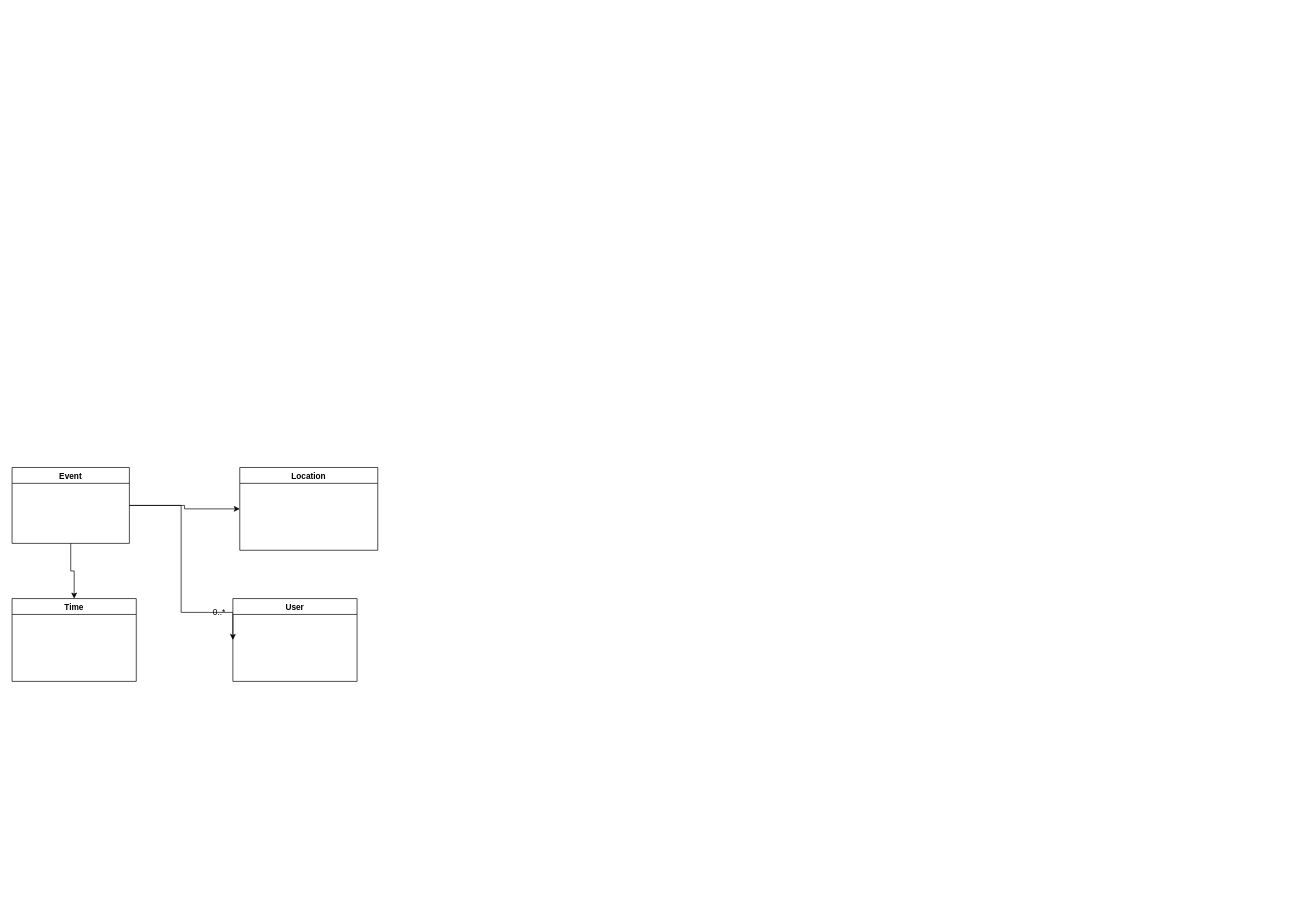
The draw.io diagram page "Page-1" (1 of 2) of Untitled Diagram.drawio in mosaghafian/SUREDiagrams, before the edit. Source tidied: cells renumbered, new cells numbered last; positions are measured from the earlier drawing's top-left corner, leaving out a move shared by most shapes. Both pictures are drawn from the tidied source at 69%, with x=0, y=0 at pixel (12, 467).
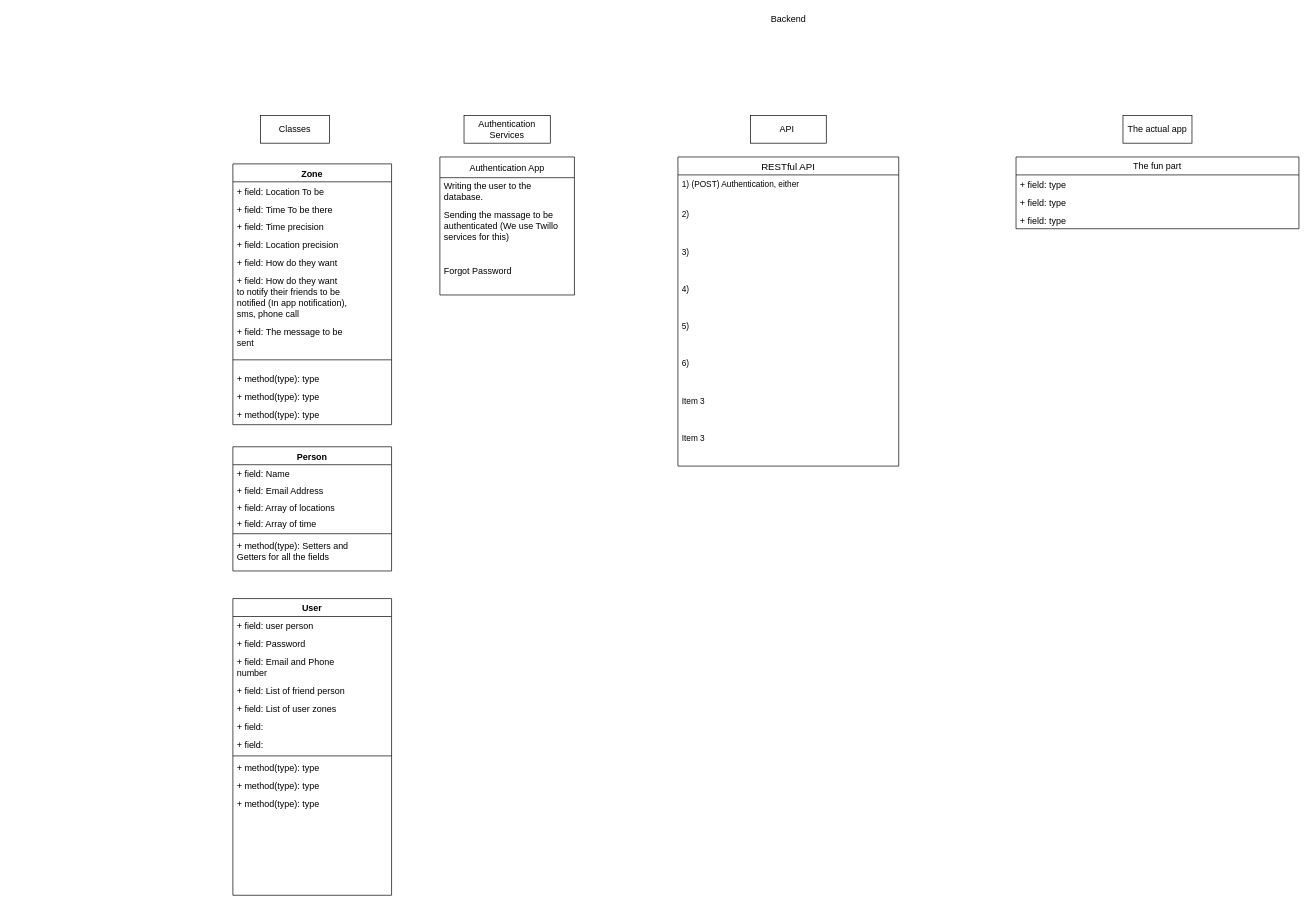
The same diagram, later.

Commit message:
UI completed, Half way through backend

The edit, as a diff of the source:
```diff
@@
-    <mxCell id="2" style="edgeStyle=orthogonalEdgeStyle;rounded=0;jettySize=auto;html=1;entryX=0;entryY=0.5;entryDx=0;entryDy=0;" parent="1" edge="1" source="5" target="8">
-      <mxGeometry relative="1" as="geometry">
-        <Array as="points">
-          <mxPoint x="245" y="55" />
-          <mxPoint x="245" y="210" />
-          <mxPoint x="320" y="210" />
-        </Array>
-      </mxGeometry>
-    </mxCell>
-    <mxCell id="3" style="edgeStyle=orthogonalEdgeStyle;rounded=0;jettySize=auto;html=1;entryX=0;entryY=0.5;entryDx=0;entryDy=0;" parent="1" edge="1" source="5" target="6">
-      <mxGeometry relative="1" as="geometry" />
-    </mxCell>
-    <mxCell id="4" style="edgeStyle=orthogonalEdgeStyle;rounded=0;jettySize=auto;html=1;entryX=0.5;entryY=0;entryDx=0;entryDy=0;" parent="1" edge="1" source="5" target="7">
-      <mxGeometry relative="1" as="geometry" />
-    </mxCell>
-    <mxCell id="5" value="Event" style="swimlane;" parent="1" vertex="1">
-      <mxGeometry width="170" height="110" as="geometry" />
-    </mxCell>
-    <mxCell id="6" value="Location" style="swimlane;" parent="1" vertex="1">
-      <mxGeometry x="330" width="200" height="120" as="geometry" />
-    </mxCell>
-    <mxCell id="7" value="Time" style="swimlane;" parent="1" vertex="1">
-      <mxGeometry y="190" width="180" height="120" as="geometry" />
-    </mxCell>
+    <mxCell id="10" value="Person" style="swimlane;fontStyle=1;align=center;verticalAlign=top;horizontal=1;startSize=26;fontSize=13;" parent="1" vertex="1">
+      <mxGeometry x="320" y="-30" width="230" height="180" as="geometry" />
+    </mxCell>
+    <mxCell id="11" value="+ field: Name" style="text;strokeColor=none;fillColor=none;align=left;verticalAlign=top;spacingLeft=4;spacingRight=4;overflow=hidden;fontSize=13;" parent="10" vertex="1">
+      <mxGeometry y="26" width="230" height="24" as="geometry" />
+    </mxCell>
+    <mxCell id="12" value="+ field: Email Address" style="text;strokeColor=none;fillColor=none;align=left;verticalAlign=top;spacingLeft=4;spacingRight=4;overflow=hidden;fontSize=13;" parent="10" vertex="1">
+      <mxGeometry y="50" width="230" height="24" as="geometry" />
+    </mxCell>
+    <mxCell id="13" value="+ field: Array of locations" style="text;strokeColor=none;fillColor=none;align=left;verticalAlign=top;spacingLeft=4;spacingRight=4;overflow=hidden;fontSize=13;" parent="10" vertex="1">
+      <mxGeometry y="74" width="230" height="24" as="geometry" />
+    </mxCell>
+    <mxCell id="14" value="+ field: Array of time" style="text;strokeColor=none;fillColor=none;align=left;verticalAlign=top;spacingLeft=4;spacingRight=4;overflow=hidden;fontSize=13;" parent="10" vertex="1">
+      <mxGeometry y="98" width="230" height="24" as="geometry" />
+    </mxCell>
+    <mxCell id="15" style="line;strokeWidth=1;fillColor=none;align=left;verticalAlign=middle;spacingTop=-1;spacingLeft=3;spacingRight=3;labelPosition=right;fontSize=13;" parent="10" vertex="1">
+      <mxGeometry y="122" width="230" height="8" as="geometry" />
+    </mxCell>
+    <mxCell id="16" value="+ method(type): Setters and &#10;Getters for all the fields" style="text;strokeColor=none;fillColor=none;align=left;verticalAlign=top;spacingLeft=4;spacingRight=4;overflow=hidden;fontSize=13;" parent="10" vertex="1">
+      <mxGeometry y="130" width="230" height="50" as="geometry" />
+    </mxCell>
+    <mxCell id="17" value="Backend" style="text;html=1;align=center;verticalAlign=middle;strokeColor=none;fillColor=none;fontSize=13;" parent="1" vertex="1">
+      <mxGeometry x="1090" y="-660" width="70" height="20" as="geometry" />
+    </mxCell>
+    <mxCell id="18" value="Zone" style="swimlane;fontStyle=1;align=center;verticalAlign=top;horizontal=1;startSize=26;fontSize=13;" parent="1" vertex="1">
+      <mxGeometry x="320" y="-440" width="230" height="378" as="geometry" />
+    </mxCell>
+    <mxCell id="19" value="+ field: Location To be" style="text;strokeColor=none;fillColor=none;align=left;verticalAlign=top;spacingLeft=4;spacingRight=4;overflow=hidden;fontSize=13;" parent="18" vertex="1">
+      <mxGeometry y="26" width="230" height="26" as="geometry" />
+    </mxCell>
+    <mxCell id="20" value="+ field: Time To be there" style="text;strokeColor=none;fillColor=none;align=left;verticalAlign=top;spacingLeft=4;spacingRight=4;overflow=hidden;fontSize=13;" parent="18" vertex="1">
+      <mxGeometry y="52" width="230" height="26" as="geometry" />
+    </mxCell>
+    <mxCell id="21" value="+ field: Time precision" style="text;strokeColor=none;fillColor=none;align=left;verticalAlign=top;spacingLeft=4;spacingRight=4;overflow=hidden;fontSize=13;" parent="18" vertex="1">
+      <mxGeometry y="78" width="230" height="26" as="geometry" />
+    </mxCell>
+    <mxCell id="22" value="+ field: Location precision" style="text;strokeColor=none;fillColor=none;align=left;verticalAlign=top;spacingLeft=4;spacingRight=4;overflow=hidden;fontSize=13;" parent="18" vertex="1">
+      <mxGeometry y="104" width="230" height="26" as="geometry" />
+    </mxCell>
+    <mxCell id="23" value="+ field: How do they want " style="text;strokeColor=none;fillColor=none;align=left;verticalAlign=top;spacingLeft=4;spacingRight=4;overflow=hidden;fontSize=13;" parent="18" vertex="1">
+      <mxGeometry y="130" width="230" height="26" as="geometry" />
+    </mxCell>
+    <mxCell id="24" value="+ field: How do they want &#10;to notify their friends to be &#10;notified (In app notification), &#10;sms, phone call" style="text;strokeColor=none;fillColor=none;align=left;verticalAlign=top;spacingLeft=4;spacingRight=4;overflow=hidden;fontSize=13;" parent="18" vertex="1">
+      <mxGeometry y="156" width="230" height="74" as="geometry" />
+    </mxCell>
+    <mxCell id="25" value="+ field: The message to be&#10;sent" style="text;strokeColor=none;fillColor=none;align=left;verticalAlign=top;spacingLeft=4;spacingRight=4;overflow=hidden;fontSize=13;" parent="18" vertex="1">
+      <mxGeometry y="230" width="230" height="40" as="geometry" />
+    </mxCell>
+    <mxCell id="26" style="line;strokeWidth=1;fillColor=none;align=left;verticalAlign=middle;spacingTop=-1;spacingLeft=3;spacingRight=3;labelPosition=right;fontSize=13;" parent="18" vertex="1">
+      <mxGeometry y="270" width="230" height="28" as="geometry" />
+    </mxCell>
+    <mxCell id="27" value="+ method(type): type" style="text;strokeColor=none;fillColor=none;align=left;verticalAlign=top;spacingLeft=4;spacingRight=4;overflow=hidden;fontSize=13;" parent="18" vertex="1">
+      <mxGeometry y="298" width="230" height="26" as="geometry" />
+    </mxCell>
+    <mxCell id="28" value="+ method(type): type" style="text;strokeColor=none;fillColor=none;align=left;verticalAlign=top;spacingLeft=4;spacingRight=4;overflow=hidden;fontSize=13;" parent="18" vertex="1">
+      <mxGeometry y="324" width="230" height="26" as="geometry" />
+    </mxCell>
+    <mxCell id="29" value="+ method(type): type" style="text;strokeColor=none;fillColor=none;align=left;verticalAlign=top;spacingLeft=4;spacingRight=4;overflow=hidden;fontSize=13;" parent="18" vertex="1">
+      <mxGeometry y="350" width="230" height="28" as="geometry" />
+    </mxCell>
+    <mxCell id="30" value="Classes" style="whiteSpace=wrap;html=1;align=center;fontSize=13;" parent="1" vertex="1">
+      <mxGeometry x="360" y="-510" width="100" height="40" as="geometry" />
+    </mxCell>
+    <mxCell id="31" value="Authentication Services" style="whiteSpace=wrap;html=1;align=center;fontSize=13;" parent="1" vertex="1">
+      <mxGeometry x="655" y="-510" width="125" height="40" as="geometry" />
+    </mxCell>
+    <mxCell id="32" value="Authentication App" style="swimlane;fontStyle=0;horizontal=1;startSize=30;fontSize=13;" parent="1" vertex="1">
+      <mxGeometry x="620" y="-450" width="195" height="200" as="geometry" />
+    </mxCell>
+    <mxCell id="33" value="Writing the user to the &#10;database. " style="text;strokeColor=none;fillColor=none;align=left;verticalAlign=middle;spacingLeft=4;spacingRight=4;overflow=hidden;fontSize=13;" parent="32" vertex="1">
+      <mxGeometry y="30" width="195" height="40" as="geometry" />
+    </mxCell>
+    <mxCell id="34" value="Sending the massage to be&#10;authenticated (We use Twillo &#10;services for this) " style="text;strokeColor=none;fillColor=none;align=left;verticalAlign=middle;spacingLeft=4;spacingRight=4;overflow=hidden;fontSize=13;" parent="32" vertex="1">
+      <mxGeometry y="70" width="195" height="60" as="geometry" />
+    </mxCell>
+    <mxCell id="35" value="Forgot Password" style="text;strokeColor=none;fillColor=none;align=left;verticalAlign=middle;spacingLeft=4;spacingRight=4;overflow=hidden;fontSize=13;" parent="32" vertex="1">
+      <mxGeometry y="130" width="195" height="70" as="geometry" />
+    </mxCell>
+    <mxCell id="36" value="The actual app" style="whiteSpace=wrap;html=1;align=center;fontSize=13;" parent="1" vertex="1">
+      <mxGeometry x="1610" y="-510" width="100" height="40" as="geometry" />
+    </mxCell>
-    <mxCell id="8" value="User" style="swimlane;" parent="1" vertex="1">
-      <mxGeometry x="320" y="190" width="180" height="120" as="geometry" />
+    <mxCell id="8" value="User" style="swimlane;fontStyle=1;align=center;verticalAlign=top;horizontal=1;startSize=26;fontSize=13;" parent="1" vertex="1">
+      <mxGeometry x="320" y="190" width="230" height="430" as="geometry" />
     </mxCell>
-    <mxCell id="9" value="0..*" style="text;html=1;align=center;verticalAlign=middle;strokeColor=none;fillColor=none;" parent="1" vertex="1">
-      <mxGeometry x="285" y="200" width="30" height="20" as="geometry" />
-    </mxCell>
+    <mxCell id="37" value="+ field: user person    &#10;&#10;" style="text;strokeColor=none;fillColor=none;align=left;verticalAlign=top;spacingLeft=4;spacingRight=4;overflow=hidden;fontSize=13;" parent="8" vertex="1">
+      <mxGeometry y="26" width="230" height="26" as="geometry" />
+    </mxCell>
+    <mxCell id="38" value="+ field: Password" style="text;strokeColor=none;fillColor=none;align=left;verticalAlign=top;spacingLeft=4;spacingRight=4;overflow=hidden;fontSize=13;" parent="8" vertex="1">
+      <mxGeometry y="52" width="230" height="26" as="geometry" />
+    </mxCell>
+    <mxCell id="39" value="+ field: Email and Phone &#10;number" style="text;strokeColor=none;fillColor=none;align=left;verticalAlign=top;spacingLeft=4;spacingRight=4;overflow=hidden;fontSize=13;" parent="8" vertex="1">
+      <mxGeometry y="78" width="230" height="42" as="geometry" />
+    </mxCell>
+    <mxCell id="40" value="+ field: List of friend person&#10;" style="text;strokeColor=none;fillColor=none;align=left;verticalAlign=top;spacingLeft=4;spacingRight=4;overflow=hidden;fontSize=13;" parent="8" vertex="1">
+      <mxGeometry y="120" width="230" height="26" as="geometry" />
+    </mxCell>
+    <mxCell id="41" value="+ field: List of user zones" style="text;strokeColor=none;fillColor=none;align=left;verticalAlign=top;spacingLeft=4;spacingRight=4;overflow=hidden;fontSize=13;" parent="8" vertex="1">
+      <mxGeometry y="146" width="230" height="26" as="geometry" />
+    </mxCell>
+    <mxCell id="42" value="+ field: " style="text;strokeColor=none;fillColor=none;align=left;verticalAlign=top;spacingLeft=4;spacingRight=4;overflow=hidden;fontSize=13;" parent="8" vertex="1">
+      <mxGeometry y="172" width="230" height="26" as="geometry" />
+    </mxCell>
+    <mxCell id="43" value="+ field: " style="text;strokeColor=none;fillColor=none;align=left;verticalAlign=top;spacingLeft=4;spacingRight=4;overflow=hidden;fontSize=13;" parent="8" vertex="1">
+      <mxGeometry y="198" width="230" height="26" as="geometry" />
+    </mxCell>
+    <mxCell id="44" style="line;strokeWidth=1;fillColor=none;align=left;verticalAlign=middle;spacingTop=-1;spacingLeft=3;spacingRight=3;labelPosition=right;fontSize=13;" parent="8" vertex="1">
+      <mxGeometry y="224" width="230" height="8" as="geometry" />
+    </mxCell>
+    <mxCell id="45" value="+ method(type): type" style="text;strokeColor=none;fillColor=none;align=left;verticalAlign=top;spacingLeft=4;spacingRight=4;overflow=hidden;fontSize=13;" parent="8" vertex="1">
+      <mxGeometry y="232" width="230" height="26" as="geometry" />
+    </mxCell>
+    <mxCell id="46" value="+ method(type): type" style="text;strokeColor=none;fillColor=none;align=left;verticalAlign=top;spacingLeft=4;spacingRight=4;overflow=hidden;fontSize=13;" parent="8" vertex="1">
+      <mxGeometry y="258" width="230" height="26" as="geometry" />
+    </mxCell>
+    <mxCell id="47" value="+ method(type): type" style="text;strokeColor=none;fillColor=none;align=left;verticalAlign=top;spacingLeft=4;spacingRight=4;overflow=hidden;fontSize=13;" parent="8" vertex="1">
+      <mxGeometry y="284" width="230" height="146" as="geometry" />
+    </mxCell>
+    <mxCell id="48" value="The fun part" style="swimlane;fontStyle=0;horizontal=1;startSize=26;fillColor=none;fontSize=13;" parent="1" vertex="1">
+      <mxGeometry x="1455" y="-450" width="410" height="104" as="geometry" />
+    </mxCell>
+    <mxCell id="49" value="+ field: type" style="text;strokeColor=none;fillColor=none;align=left;verticalAlign=top;spacingLeft=4;spacingRight=4;overflow=hidden;fontSize=13;" parent="48" vertex="1">
+      <mxGeometry y="26" width="410" height="26" as="geometry" />
+    </mxCell>
+    <mxCell id="50" value="+ field: type" style="text;strokeColor=none;fillColor=none;align=left;verticalAlign=top;spacingLeft=4;spacingRight=4;overflow=hidden;fontSize=13;" parent="48" vertex="1">
+      <mxGeometry y="52" width="410" height="26" as="geometry" />
+    </mxCell>
+    <mxCell id="51" value="+ field: type" style="text;strokeColor=none;fillColor=none;align=left;verticalAlign=top;spacingLeft=4;spacingRight=4;overflow=hidden;fontSize=13;" parent="48" vertex="1">
+      <mxGeometry y="78" width="410" height="26" as="geometry" />
+    </mxCell>
+    <mxCell id="52" value="API&amp;nbsp;" style="whiteSpace=wrap;html=1;align=center;fontSize=13;" parent="1" vertex="1">
+      <mxGeometry x="1070" y="-510" width="110" height="40" as="geometry" />
+    </mxCell>
+    <mxCell id="53" value="RESTful API" style="swimlane;fontStyle=0;horizontal=1;startSize=26;align=center;fontSize=14;" parent="1" vertex="1">
+      <mxGeometry x="965" y="-450" width="320" height="448" as="geometry" />
+    </mxCell>
+    <mxCell id="54" value="1) (POST) Authentication, either  " style="text;strokeColor=none;fillColor=none;spacingLeft=4;spacingRight=4;overflow=hidden;fontSize=12;" parent="53" vertex="1">
+      <mxGeometry y="26" width="320" height="44" as="geometry" />
+    </mxCell>
+    <mxCell id="55" value="2)" style="text;strokeColor=none;fillColor=none;spacingLeft=4;spacingRight=4;overflow=hidden;fontSize=12;" parent="53" vertex="1">
+      <mxGeometry y="70" width="320" height="54" as="geometry" />
+    </mxCell>
+    <mxCell id="56" value="3)" style="text;strokeColor=none;fillColor=none;spacingLeft=4;spacingRight=4;overflow=hidden;fontSize=12;" parent="53" vertex="1">
+      <mxGeometry y="124" width="320" height="54" as="geometry" />
+    </mxCell>
+    <mxCell id="57" value="4)" style="text;strokeColor=none;fillColor=none;spacingLeft=4;spacingRight=4;overflow=hidden;fontSize=12;" parent="53" vertex="1">
+      <mxGeometry y="178" width="320" height="54" as="geometry" />
+    </mxCell>
+    <mxCell id="58" value="5)" style="text;strokeColor=none;fillColor=none;spacingLeft=4;spacingRight=4;overflow=hidden;fontSize=12;" parent="53" vertex="1">
+      <mxGeometry y="232" width="320" height="54" as="geometry" />
+    </mxCell>
+    <mxCell id="59" value="6)" style="text;strokeColor=none;fillColor=none;spacingLeft=4;spacingRight=4;overflow=hidden;fontSize=12;" parent="53" vertex="1">
+      <mxGeometry y="286" width="320" height="54" as="geometry" />
+    </mxCell>
+    <mxCell id="60" value="Item 3" style="text;strokeColor=none;fillColor=none;spacingLeft=4;spacingRight=4;overflow=hidden;fontSize=12;" parent="53" vertex="1">
+      <mxGeometry y="340" width="320" height="54" as="geometry" />
+    </mxCell>
+    <mxCell id="61" value="Item 3" style="text;strokeColor=none;fillColor=none;spacingLeft=4;spacingRight=4;overflow=hidden;fontSize=12;" parent="53" vertex="1">
+      <mxGeometry y="394" width="320" height="54" as="geometry" />
+    </mxCell>
```
